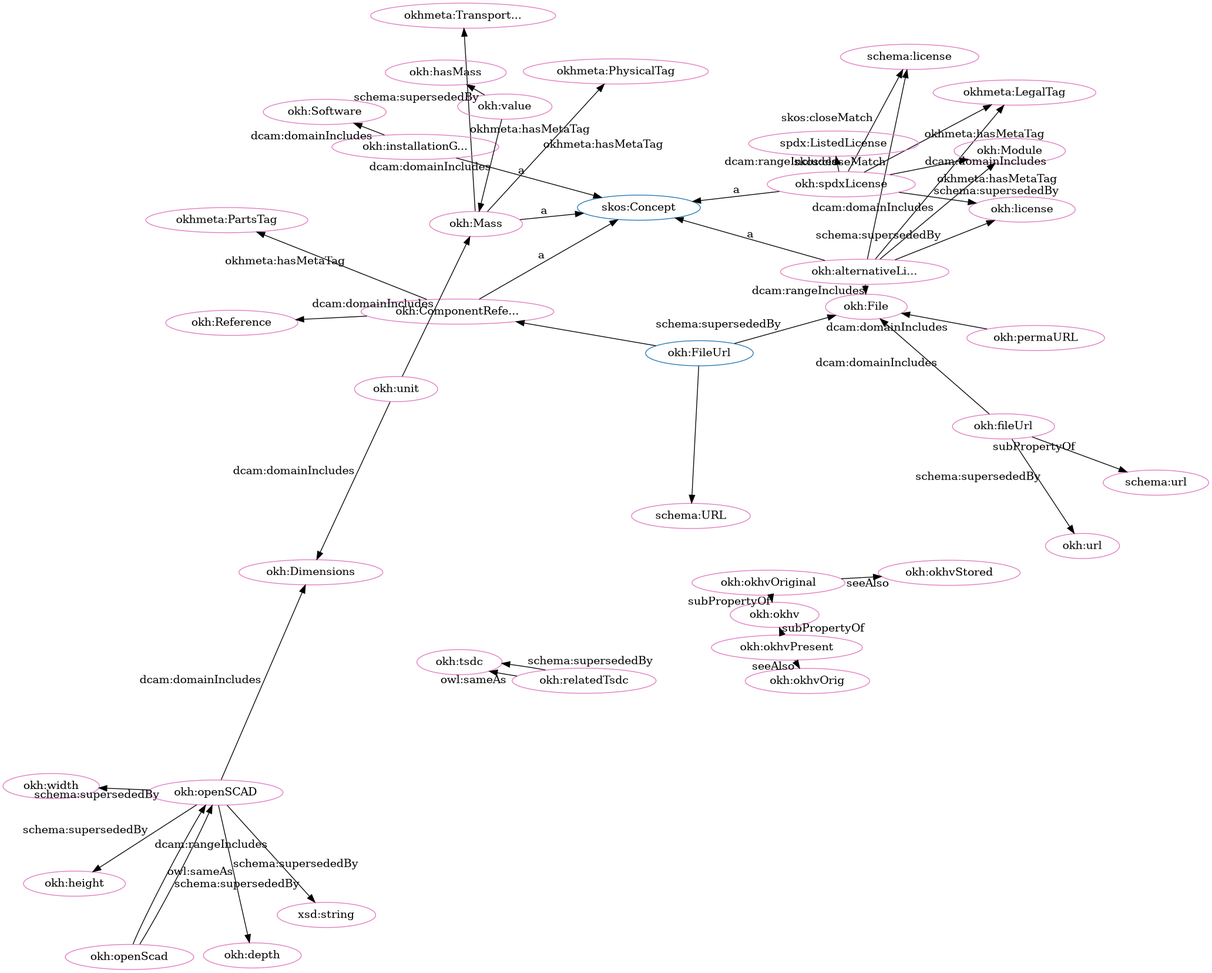
Earlier version of the Graphviz export src/spec/dot_okh_deprecated-clean.png (iop-alliance/OpenKnowHow). Its source is kept beside it as src/spec/dot_okh_deprecated-clean.dot.
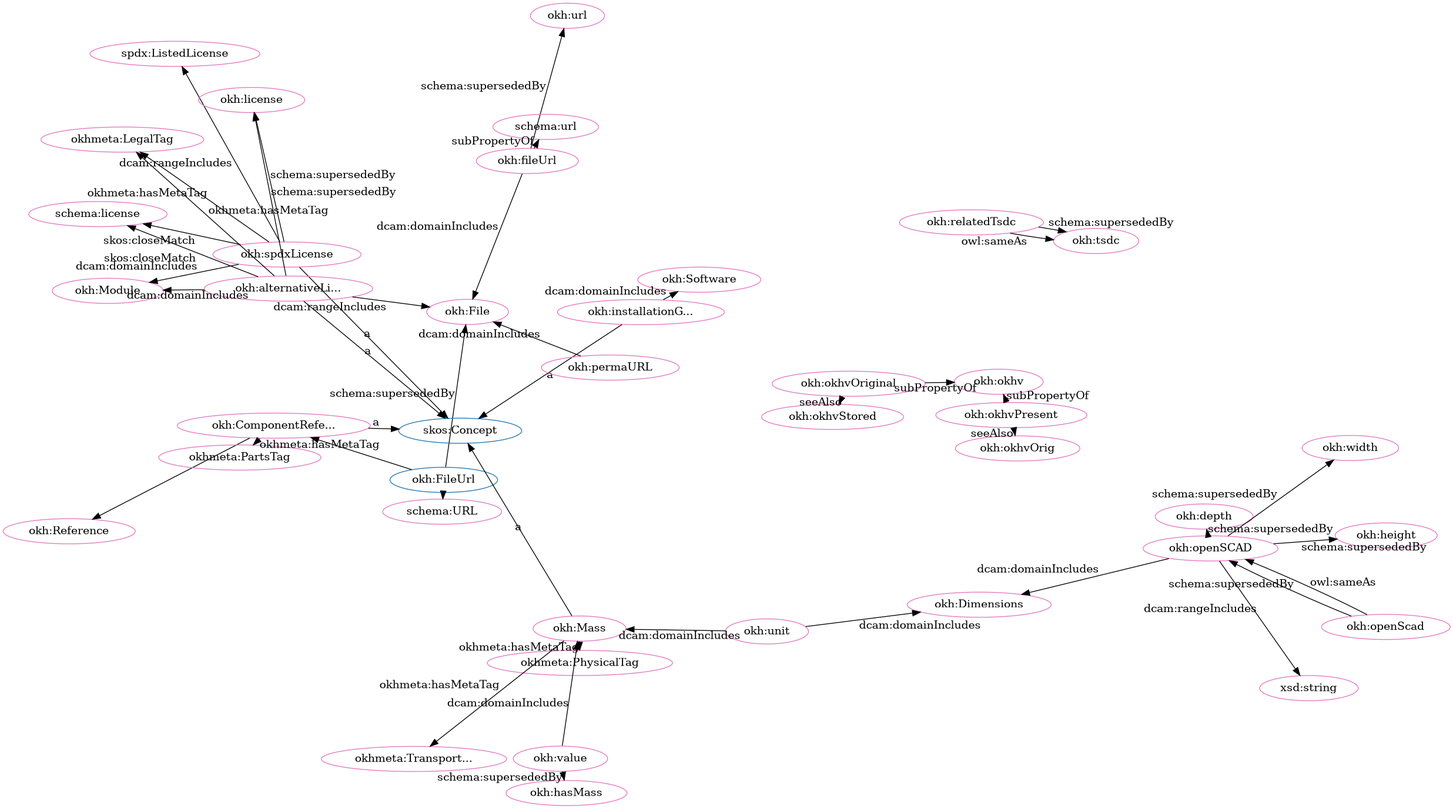
Later version of the same file.

What changed in the source:
```diff
@@ -1,92 +1,92 @@
 digraph G {
   rankdir=BT
   node[height=.3]
+"http://w3id.org/oseg/ont/okh#Reference" [fillcolor="#1f77b4" color="#1f77b4" label="okh:Reference"]
+"http://w3id.org/oseg/ont/okh#FileUrl" [fillcolor="#1f77b4" color="#1f77b4" label="okh:FileUrl"]
 "http://schema.org/URL" [fillcolor="#1f77b4" color="#1f77b4" label="schema:URL"]
 "http://www.w3.org/2004/02/skos/core#Concept" [fillcolor="#1f77b4" color="#1f77b4" label="skos:Concept"]
-"http://w3id.org/oseg/ont/okh#Reference" [fillcolor="#1f77b4" color="#1f77b4" label="okh:Reference"]
+"http://w3id.org/oseg/ont/okh#ComponentReference" [fillcolor="#1f77b4" color="#1f77b4" label="okh:ComponentRefe..."]
 "http://w3id.org/oseg/ont/okh#Mass" [fillcolor="#1f77b4" color="#1f77b4" label="okh:Mass"]
-"http://w3id.org/oseg/ont/okh#ComponentReference" [fillcolor="#1f77b4" color="#1f77b4" label="okh:ComponentRefe..."]
-"http://w3id.org/oseg/ont/okh#FileUrl" [fillcolor="#1f77b4" color="#1f77b4" label="okh:FileUrl"]
+"http://w3id.org/oseg/ont/okh#relatedTsdc" [fillcolor="#e377c2" color="#e377c2" label="okh:relatedTsdc"]
+"http://w3id.org/oseg/ont/okh#spdxLicense" [fillcolor="#e377c2" color="#e377c2" label="okh:spdxLicense"]
+"http://w3id.org/oseg/ont/okhmetaPhysicalTag" [fillcolor="#e377c2" color="#e377c2" label="okhmeta:PhysicalTag"]
+"http://w3id.org/oseg/ont/okhmetaLegalTag" [fillcolor="#e377c2" color="#e377c2" label="okhmeta:LegalTag"]
+"http://w3id.org/oseg/ont/okh#okhvOriginal" [fillcolor="#e377c2" color="#e377c2" label="okh:okhvOriginal"]
+"http://w3id.org/oseg/ont/okh#tsdc" [fillcolor="#e377c2" color="#e377c2" label="okh:tsdc"]
+"http://w3id.org/oseg/ont/okh#value" [fillcolor="#e377c2" color="#e377c2" label="okh:value"]
+"http://w3id.org/oseg/ont/okh#okhvPresent" [fillcolor="#e377c2" color="#e377c2" label="okh:okhvPresent"]
+"http://w3id.org/oseg/ont/okh#installationGuide" [fillcolor="#e377c2" color="#e377c2" label="okh:installationG..."]
+"http://w3id.org/oseg/ont/okh#Mass" [fillcolor="#e377c2" color="#e377c2" label="okh:Mass"]
+"http://w3id.org/oseg/ont/okh#ComponentReference" [fillcolor="#e377c2" color="#e377c2" label="okh:ComponentRefe..."]
+"http://schema.org/URL" [fillcolor="#e377c2" color="#e377c2" label="schema:URL"]
+"http://w3id.org/oseg/ont/okh#File" [fillcolor="#e377c2" color="#e377c2" label="okh:File"]
+"http://w3id.org/oseg/ont/okh#Reference" [fillcolor="#e377c2" color="#e377c2" label="okh:Reference"]
+"http://w3id.org/oseg/ont/okh#openScad" [fillcolor="#e377c2" color="#e377c2" label="okh:openScad"]
+"http://w3id.org/oseg/ont/okh#height" [fillcolor="#e377c2" color="#e377c2" label="okh:height"]
+"http://w3id.org/oseg/ont/okh#fileUrl" [fillcolor="#e377c2" color="#e377c2" label="okh:fileUrl"]
+"http://w3id.org/oseg/ont/okh#unit" [fillcolor="#e377c2" color="#e377c2" label="okh:unit"]
 "http://w3id.org/oseg/ont/okh#Dimensions" [fillcolor="#e377c2" color="#e377c2" label="okh:Dimensions"]
+"http://schema.org/license" [fillcolor="#e377c2" color="#e377c2" label="schema:license"]
+"http://w3id.org/oseg/ont/okh#url" [fillcolor="#e377c2" color="#e377c2" label="okh:url"]
 "http://w3id.org/oseg/ont/okh#depth" [fillcolor="#e377c2" color="#e377c2" label="okh:depth"]
+"http://w3id.org/oseg/ont/okh#alternativeLicense" [fillcolor="#e377c2" color="#e377c2" label="okh:alternativeLi..."]
+"http://w3id.org/oseg/ont/okh#hasMass" [fillcolor="#e377c2" color="#e377c2" label="okh:hasMass"]
+"http://spdx.org/rdf/terms#ListedLicense" [fillcolor="#e377c2" color="#e377c2" label="spdx:ListedLicense"]
+"http://w3id.org/oseg/ont/okh#okhvOrig" [fillcolor="#e377c2" color="#e377c2" label="okh:okhvOrig"]
+"http://w3id.org/oseg/ont/okh#openSCAD" [fillcolor="#e377c2" color="#e377c2" label="okh:openSCAD"]
+"http://w3id.org/oseg/ont/okh#Module" [fillcolor="#e377c2" color="#e377c2" label="okh:Module"]
+"http://w3id.org/oseg/ont/okhmetaTransportationTag" [fillcolor="#e377c2" color="#e377c2" label="okhmeta:Transport..."]
+"http://w3id.org/oseg/ont/okh#license" [fillcolor="#e377c2" color="#e377c2" label="okh:license"]
 "http://w3id.org/oseg/ont/okh#okhv" [fillcolor="#e377c2" color="#e377c2" label="okh:okhv"]
-"http://w3id.org/oseg/ont/okh#Mass" [fillcolor="#e377c2" color="#e377c2" label="okh:Mass"]
+"http://w3id.org/oseg/ont/okh#width" [fillcolor="#e377c2" color="#e377c2" label="okh:width"]
+"http://www.w3.org/2001/XMLSchema#string" [fillcolor="#e377c2" color="#e377c2" label="xsd:string"]
+"http://w3id.org/oseg/ont/okh#okhvStored" [fillcolor="#e377c2" color="#e377c2" label="okh:okhvStored"]
+"http://w3id.org/oseg/ont/okh#permaURL" [fillcolor="#e377c2" color="#e377c2" label="okh:permaURL"]
+"http://w3id.org/oseg/ont/okh#Software" [fillcolor="#e377c2" color="#e377c2" label="okh:Software"]
 "http://schema.org/url" [fillcolor="#e377c2" color="#e377c2" label="schema:url"]
-"http://w3id.org/oseg/ont/okh#File" [fillcolor="#e377c2" color="#e377c2" label="okh:File"]
-"http://w3id.org/oseg/ont/okhmetaLegalTag" [fillcolor="#e377c2" color="#e377c2" label="okhmeta:LegalTag"]
-"http://w3id.org/oseg/ont/okh#alternativeLicense" [fillcolor="#e377c2" color="#e377c2" label="okh:alternativeLi..."]
-"http://schema.org/license" [fillcolor="#e377c2" color="#e377c2" label="schema:license"]
-"http://w3id.org/oseg/ont/okh#Module" [fillcolor="#e377c2" color="#e377c2" label="okh:Module"]
-"http://w3id.org/oseg/ont/okh#hasMass" [fillcolor="#e377c2" color="#e377c2" label="okh:hasMass"]
-"http://w3id.org/oseg/ont/okh#license" [fillcolor="#e377c2" color="#e377c2" label="okh:license"]
-"http://www.w3.org/2001/XMLSchema#string" [fillcolor="#e377c2" color="#e377c2" label="xsd:string"]
-"http://w3id.org/oseg/ont/okh#ComponentReference" [fillcolor="#e377c2" color="#e377c2" label="okh:ComponentRefe..."]
 "http://w3id.org/oseg/ont/okhmetaPartsTag" [fillcolor="#e377c2" color="#e377c2" label="okhmeta:PartsTag"]
-"http://w3id.org/oseg/ont/okh#width" [fillcolor="#e377c2" color="#e377c2" label="okh:width"]
-"http://w3id.org/oseg/ont/okh#spdxLicense" [fillcolor="#e377c2" color="#e377c2" label="okh:spdxLicense"]
-"http://w3id.org/oseg/ont/okhmetaTransportationTag" [fillcolor="#e377c2" color="#e377c2" label="okhmeta:Transport..."]
-"http://w3id.org/oseg/ont/okh#installationGuide" [fillcolor="#e377c2" color="#e377c2" label="okh:installationG..."]
-"http://spdx.org/rdf/terms#ListedLicense" [fillcolor="#e377c2" color="#e377c2" label="spdx:ListedLicense"]
-"http://w3id.org/oseg/ont/okh#openScad" [fillcolor="#e377c2" color="#e377c2" label="okh:openScad"]
-"http://w3id.org/oseg/ont/okh#Reference" [fillcolor="#e377c2" color="#e377c2" label="okh:Reference"]
-"http://w3id.org/oseg/ont/okh#value" [fillcolor="#e377c2" color="#e377c2" label="okh:value"]
-"http://w3id.org/oseg/ont/okh#openSCAD" [fillcolor="#e377c2" color="#e377c2" label="okh:openSCAD"]
-"http://w3id.org/oseg/ont/okh#permaURL" [fillcolor="#e377c2" color="#e377c2" label="okh:permaURL"]
-"http://w3id.org/oseg/ont/okh#okhvStored" [fillcolor="#e377c2" color="#e377c2" label="okh:okhvStored"]
-"http://w3id.org/oseg/ont/okh#tsdc" [fillcolor="#e377c2" color="#e377c2" label="okh:tsdc"]
-"http://w3id.org/oseg/ont/okh#url" [fillcolor="#e377c2" color="#e377c2" label="okh:url"]
-"http://w3id.org/oseg/ont/okh#Software" [fillcolor="#e377c2" color="#e377c2" label="okh:Software"]
-"http://w3id.org/oseg/ont/okhmetaPhysicalTag" [fillcolor="#e377c2" color="#e377c2" label="okhmeta:PhysicalTag"]
-"http://w3id.org/oseg/ont/okh#okhvPresent" [fillcolor="#e377c2" color="#e377c2" label="okh:okhvPresent"]
-"http://w3id.org/oseg/ont/okh#unit" [fillcolor="#e377c2" color="#e377c2" label="okh:unit"]
-"http://w3id.org/oseg/ont/okh#relatedTsdc" [fillcolor="#e377c2" color="#e377c2" label="okh:relatedTsdc"]
-"http://w3id.org/oseg/ont/okh#okhvOriginal" [fillcolor="#e377c2" color="#e377c2" label="okh:okhvOriginal"]
-"http://schema.org/URL" [fillcolor="#e377c2" color="#e377c2" label="schema:URL"]
-"http://w3id.org/oseg/ont/okh#fileUrl" [fillcolor="#e377c2" color="#e377c2" label="okh:fileUrl"]
-"http://w3id.org/oseg/ont/okh#height" [fillcolor="#e377c2" color="#e377c2" label="okh:height"]
-"http://w3id.org/oseg/ont/okh#okhvOrig" [fillcolor="#e377c2" color="#e377c2" label="okh:okhvOrig"]
+  "http://w3id.org/oseg/ont/okh#spdxLicense" -> "http://www.w3.org/2004/02/skos/core#Concept" [label="a"]
+  "http://w3id.org/oseg/ont/okh#Mass" -> "http://w3id.org/oseg/ont/okhmetaPhysicalTag" [label="okhmeta:hasMetaTag"]
+  "http://w3id.org/oseg/ont/okh#spdxLicense" -> "http://w3id.org/oseg/ont/okhmetaLegalTag" [label="okhmeta:hasMetaTag"]
+  "http://w3id.org/oseg/ont/okh#relatedTsdc" -> "http://w3id.org/oseg/ont/okh#tsdc" [label="schema:supersededBy"]
+  "http://w3id.org/oseg/ont/okh#installationGuide" -> "http://www.w3.org/2004/02/skos/core#Concept" [label="a"]
+  "http://w3id.org/oseg/ont/okh#Mass" -> "http://www.w3.org/2004/02/skos/core#Concept" [label="a"]
+  "http://w3id.org/oseg/ont/okh#FileUrl" -> "http://w3id.org/oseg/ont/okh#ComponentReference" [label=""]
+  "http://w3id.org/oseg/ont/okh#value" -> "http://w3id.org/oseg/ont/okh#Mass" [label="dcam:domainIncludes"]
+  "http://w3id.org/oseg/ont/okh#FileUrl" -> "http://schema.org/URL" [label=""]
+  "http://w3id.org/oseg/ont/okh#permaURL" -> "http://w3id.org/oseg/ont/okh#File" [label="dcam:domainIncludes"]
+  "http://w3id.org/oseg/ont/okh#ComponentReference" -> "http://w3id.org/oseg/ont/okh#Reference" [label=""]
+  "http://w3id.org/oseg/ont/okh#openSCAD" -> "http://w3id.org/oseg/ont/okh#height" [label="schema:supersededBy"]
   "http://w3id.org/oseg/ont/okh#openSCAD" -> "http://w3id.org/oseg/ont/okh#Dimensions" [label="dcam:domainIncludes"]
+  "http://w3id.org/oseg/ont/okh#alternativeLicense" -> "http://schema.org/license" [label="skos:closeMatch"]
+  "http://w3id.org/oseg/ont/okh#fileUrl" -> "http://w3id.org/oseg/ont/okh#url" [label="schema:supersededBy"]
   "http://w3id.org/oseg/ont/okh#openSCAD" -> "http://w3id.org/oseg/ont/okh#depth" [label="schema:supersededBy"]
-  "http://w3id.org/oseg/ont/okh#okhvPresent" -> "http://w3id.org/oseg/ont/okh#okhv" [label="subPropertyOf"]
+  "http://w3id.org/oseg/ont/okh#value" -> "http://w3id.org/oseg/ont/okh#hasMass" [label="schema:supersededBy"]
+  "http://w3id.org/oseg/ont/okh#spdxLicense" -> "http://spdx.org/rdf/terms#ListedLicense" [label="dcam:rangeIncludes"]
   "http://w3id.org/oseg/ont/okh#unit" -> "http://w3id.org/oseg/ont/okh#Mass" [label="dcam:domainIncludes"]
-  "http://w3id.org/oseg/ont/okh#fileUrl" -> "http://schema.org/url" [label="subPropertyOf"]
-  "http://w3id.org/oseg/ont/okh#permaURL" -> "http://w3id.org/oseg/ont/okh#File" [label="dcam:domainIncludes"]
-  "http://w3id.org/oseg/ont/okh#value" -> "http://w3id.org/oseg/ont/okh#Mass" [label="dcam:domainIncludes"]
+  "http://w3id.org/oseg/ont/okh#FileUrl" -> "http://w3id.org/oseg/ont/okh#File" [label="schema:supersededBy"]
+  "http://w3id.org/oseg/ont/okh#okhvPresent" -> "http://w3id.org/oseg/ont/okh#okhvOrig" [label="seeAlso"]
+  "http://w3id.org/oseg/ont/okh#unit" -> "http://w3id.org/oseg/ont/okh#Dimensions" [label="dcam:domainIncludes"]
+  "http://w3id.org/oseg/ont/okh#openScad" -> "http://w3id.org/oseg/ont/okh#openSCAD" [label="schema:supersededBy"]
+  "http://w3id.org/oseg/ont/okh#alternativeLicense" -> "http://w3id.org/oseg/ont/okh#Module" [label="dcam:domainIncludes"]
+  "http://w3id.org/oseg/ont/okh#Mass" -> "http://w3id.org/oseg/ont/okhmetaTransportationTag" [label="okhmeta:hasMetaTag"]
   "http://w3id.org/oseg/ont/okh#alternativeLicense" -> "http://w3id.org/oseg/ont/okhmetaLegalTag" [label="okhmeta:hasMetaTag"]
+  "http://w3id.org/oseg/ont/okh#relatedTsdc" -> "http://w3id.org/oseg/ont/okh#tsdc" [label="owl:sameAs"]
+  "http://w3id.org/oseg/ont/okh#alternativeLicense" -> "http://w3id.org/oseg/ont/okh#license" [label="schema:supersededBy"]
   "http://w3id.org/oseg/ont/okh#okhvOriginal" -> "http://w3id.org/oseg/ont/okh#okhv" [label="subPropertyOf"]
+  "http://w3id.org/oseg/ont/okh#openSCAD" -> "http://w3id.org/oseg/ont/okh#width" [label="schema:supersededBy"]
+  "http://w3id.org/oseg/ont/okh#spdxLicense" -> "http://schema.org/license" [label="skos:closeMatch"]
+  "http://w3id.org/oseg/ont/okh#fileUrl" -> "http://w3id.org/oseg/ont/okh#File" [label="dcam:domainIncludes"]
   "http://w3id.org/oseg/ont/okh#alternativeLicense" -> "http://www.w3.org/2004/02/skos/core#Concept" [label="a"]
-  "http://w3id.org/oseg/ont/okh#spdxLicense" -> "http://w3id.org/oseg/ont/okhmetaLegalTag" [label="okhmeta:hasMetaTag"]
-  "http://w3id.org/oseg/ont/okh#alternativeLicense" -> "http://schema.org/license" [label="skos:closeMatch"]
-  "http://w3id.org/oseg/ont/okh#spdxLicense" -> "http://w3id.org/oseg/ont/okh#Module" [label="dcam:domainIncludes"]
-  "http://w3id.org/oseg/ont/okh#value" -> "http://w3id.org/oseg/ont/okh#hasMass" [label="schema:supersededBy"]
-  "http://w3id.org/oseg/ont/okh#spdxLicense" -> "http://w3id.org/oseg/ont/okh#license" [label="schema:supersededBy"]
   "http://w3id.org/oseg/ont/okh#openSCAD" -> "http://www.w3.org/2001/XMLSchema#string" [label="dcam:rangeIncludes"]
   "http://w3id.org/oseg/ont/okh#ComponentReference" -> "http://www.w3.org/2004/02/skos/core#Concept" [label="a"]
+  "http://w3id.org/oseg/ont/okh#okhvOriginal" -> "http://w3id.org/oseg/ont/okh#okhvStored" [label="seeAlso"]
+  "http://w3id.org/oseg/ont/okh#spdxLicense" -> "http://w3id.org/oseg/ont/okh#Module" [label="dcam:domainIncludes"]
+  "http://w3id.org/oseg/ont/okh#openScad" -> "http://w3id.org/oseg/ont/okh#openSCAD" [label="owl:sameAs"]
+  "http://w3id.org/oseg/ont/okh#installationGuide" -> "http://w3id.org/oseg/ont/okh#Software" [label="dcam:domainIncludes"]
+  "http://w3id.org/oseg/ont/okh#alternativeLicense" -> "http://w3id.org/oseg/ont/okh#File" [label="dcam:rangeIncludes"]
+  "http://w3id.org/oseg/ont/okh#spdxLicense" -> "http://w3id.org/oseg/ont/okh#license" [label="schema:supersededBy"]
+  "http://w3id.org/oseg/ont/okh#fileUrl" -> "http://schema.org/url" [label="subPropertyOf"]
   "http://w3id.org/oseg/ont/okh#ComponentReference" -> "http://w3id.org/oseg/ont/okhmetaPartsTag" [label="okhmeta:hasMetaTag"]
-  "http://w3id.org/oseg/ont/okh#alternativeLicense" -> "http://w3id.org/oseg/ont/okh#File" [label="dcam:rangeIncludes"]
-  "http://w3id.org/oseg/ont/okh#fileUrl" -> "http://w3id.org/oseg/ont/okh#File" [label="dcam:domainIncludes"]
-  "http://w3id.org/oseg/ont/okh#openSCAD" -> "http://w3id.org/oseg/ont/okh#width" [label="schema:supersededBy"]
-  "http://w3id.org/oseg/ont/okh#spdxLicense" -> "http://www.w3.org/2004/02/skos/core#Concept" [label="a"]
-  "http://w3id.org/oseg/ont/okh#Mass" -> "http://w3id.org/oseg/ont/okhmetaTransportationTag" [label="okhmeta:hasMetaTag"]
-  "http://w3id.org/oseg/ont/okh#spdxLicense" -> "http://spdx.org/rdf/terms#ListedLicense" [label="dcam:rangeIncludes"]
-  "http://w3id.org/oseg/ont/okh#alternativeLicense" -> "http://w3id.org/oseg/ont/okh#license" [label="schema:supersededBy"]
-  "http://w3id.org/oseg/ont/okh#ComponentReference" -> "http://w3id.org/oseg/ont/okh#Reference" [label=""]
-  "http://w3id.org/oseg/ont/okh#Mass" -> "http://www.w3.org/2004/02/skos/core#Concept" [label="a"]
-  "http://w3id.org/oseg/ont/okh#openScad" -> "http://w3id.org/oseg/ont/okh#openSCAD" [label="owl:sameAs"]
-  "http://w3id.org/oseg/ont/okh#FileUrl" -> "http://w3id.org/oseg/ont/okh#ComponentReference" [label=""]
-  "http://w3id.org/oseg/ont/okh#okhvOriginal" -> "http://w3id.org/oseg/ont/okh#okhvStored" [label="seeAlso"]
-  "http://w3id.org/oseg/ont/okh#relatedTsdc" -> "http://w3id.org/oseg/ont/okh#tsdc" [label="owl:sameAs"]
-  "http://w3id.org/oseg/ont/okh#openScad" -> "http://w3id.org/oseg/ont/okh#openSCAD" [label="schema:supersededBy"]
-  "http://w3id.org/oseg/ont/okh#fileUrl" -> "http://w3id.org/oseg/ont/okh#url" [label="schema:supersededBy"]
-  "http://w3id.org/oseg/ont/okh#installationGuide" -> "http://w3id.org/oseg/ont/okh#Software" [label="dcam:domainIncludes"]
-  "http://w3id.org/oseg/ont/okh#Mass" -> "http://w3id.org/oseg/ont/okhmetaPhysicalTag" [label="okhmeta:hasMetaTag"]
-  "http://w3id.org/oseg/ont/okh#unit" -> "http://w3id.org/oseg/ont/okh#Dimensions" [label="dcam:domainIncludes"]
-  "http://w3id.org/oseg/ont/okh#relatedTsdc" -> "http://w3id.org/oseg/ont/okh#tsdc" [label="schema:supersededBy"]
-  "http://w3id.org/oseg/ont/okh#FileUrl" -> "http://schema.org/URL" [label=""]
-  "http://w3id.org/oseg/ont/okh#FileUrl" -> "http://w3id.org/oseg/ont/okh#File" [label="schema:supersededBy"]
-  "http://w3id.org/oseg/ont/okh#openSCAD" -> "http://w3id.org/oseg/ont/okh#height" [label="schema:supersededBy"]
-  "http://w3id.org/oseg/ont/okh#installationGuide" -> "http://www.w3.org/2004/02/skos/core#Concept" [label="a"]
-  "http://w3id.org/oseg/ont/okh#spdxLicense" -> "http://schema.org/license" [label="skos:closeMatch"]
-  "http://w3id.org/oseg/ont/okh#okhvPresent" -> "http://w3id.org/oseg/ont/okh#okhvOrig" [label="seeAlso"]
-  "http://w3id.org/oseg/ont/okh#alternativeLicense" -> "http://w3id.org/oseg/ont/okh#Module" [label="dcam:domainIncludes"]
+  "http://w3id.org/oseg/ont/okh#okhvPresent" -> "http://w3id.org/oseg/ont/okh#okhv" [label="subPropertyOf"]
 }
```
